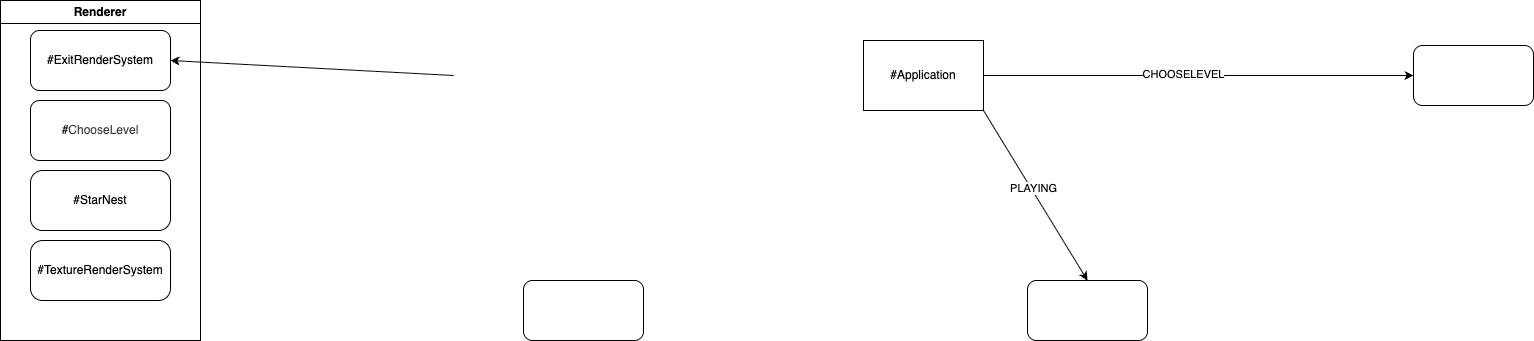
Above: Game.drawio.png in Jeremy-Perras/42_Game_Training (draw.io), before the change. Source tidied: cells renumbered, new cells last; positions are measured from the earlier drawing's top-left corner, leaving out a move shared by most shapes.
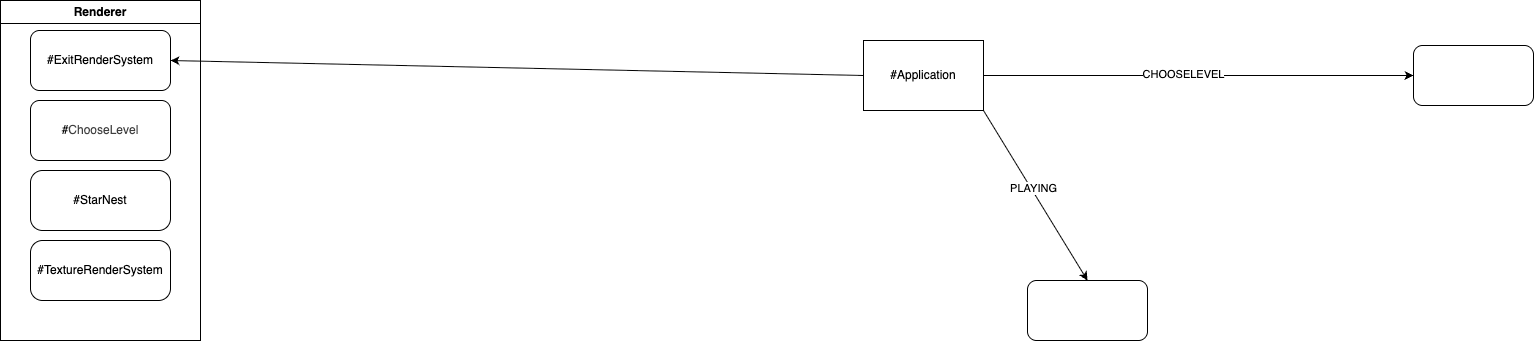
The same diagram one commit later.

Change to the diagram source:
```diff
@@ -5,9 +5,6 @@
     <mxCell id="2" value="#Application" style="rounded=0;whiteSpace=wrap;html=1;" parent="1" vertex="1">
       <mxGeometry x="863" y="40" width="120" height="70" as="geometry" />
     </mxCell>
-    <mxCell id="3" style="rounded=1;whiteSpace=wrap;html=1;" parent="1" vertex="1">
-      <mxGeometry x="523" y="280" width="120" height="60" as="geometry" />
-    </mxCell>
     <mxCell id="4" style="endArrow=classic;html=1;exitX=1;exitY=1;exitDx=0;exitDy=0;entryX=0.5;entryY=0;entryDx=0;entryDy=0;" parent="1" edge="1" source="2" target="6">
       <mxGeometry relative="1" as="geometry" />
     </mxCell>
@@ -26,10 +23,8 @@
     <mxCell id="9" value="CHOOSELEVEL" style="edgeLabel;html=1;align=center;verticalAlign=middle;" parent="8" vertex="1">
       <mxGeometry x="-0.07" y="2" relative="1" as="geometry" />
     </mxCell>
-    <mxCell id="10" style="endArrow=classic;html=1;entryX=1;entryY=0.5;entryDx=0;entryDy=0;exitX=0;exitY=0.5;exitDx=0;exitDy=0;" parent="1" edge="1" target="16">
-      <mxGeometry relative="1" as="geometry">
-        <mxPoint x="453" y="75" as="sourcePoint" />
-      </mxGeometry>
+    <mxCell id="10" style="endArrow=classic;html=1;entryX=1;entryY=0.5;entryDx=0;entryDy=0;exitX=0;exitY=0.5;exitDx=0;exitDy=0;" parent="1" edge="1" source="2" target="16">
+      <mxGeometry relative="1" as="geometry" />
     </mxCell>
     <mxCell id="11" style="group;" parent="1" vertex="1">
       <mxGeometry width="200" height="340" as="geometry" />
```
